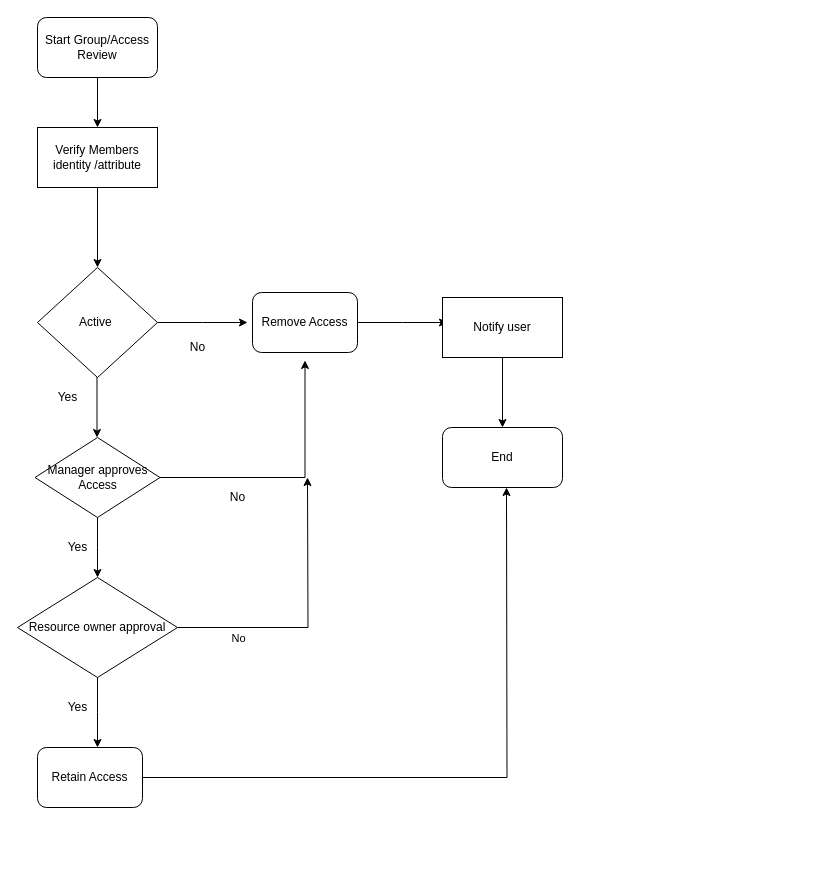
The draw.io diagram Untitled Diagram.drawio in EswariSabapathy/EswariSabapathy, before the edit. Source tidied: cells renumbered, new cells numbered last; positions are measured from the earlier drawing's top-left corner, leaving out a move shared by most shapes. Both pictures are drawn from the tidied source at 100%, with x=0, y=0 at pixel (17, 17).
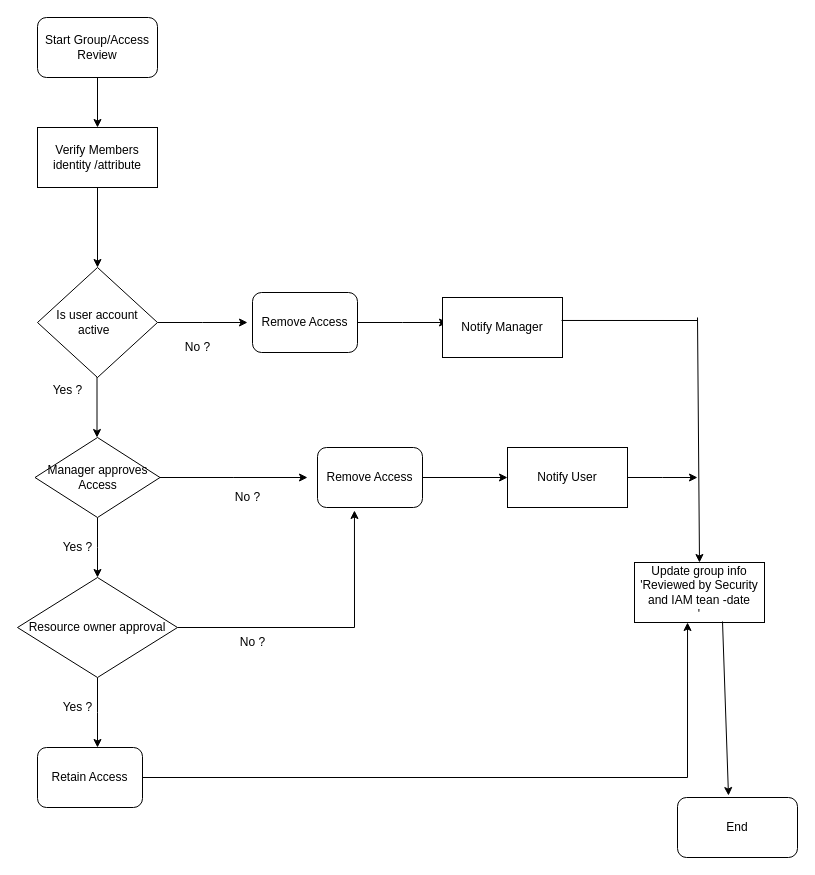
The same page after the edit.

Unchanged cells that the change refers to:
```xml
<mxCell id="11" value="Manager approves Access" style="rhombus;whiteSpace=wrap;html=1;" parent="1" vertex="1">
  <mxGeometry x="17.5" y="420" width="125" height="80" as="geometry" />
</mxCell>
<mxCell id="14" value="Remove Access" style="rounded=1;whiteSpace=wrap;html=1;" parent="1" vertex="1">
  <mxGeometry x="235" y="275" width="105" height="60" as="geometry" />
</mxCell>
<mxCell id="19" value="Resource owner approval" style="rhombus;whiteSpace=wrap;html=1;" parent="1" vertex="1">
  <mxGeometry y="560" width="160" height="100" as="geometry" />
</mxCell>
```

What changed in the source:
```diff
@@
-    <mxCell id="7" value="Active&amp;nbsp;" style="rhombus;whiteSpace=wrap;html=1;" parent="1" vertex="1">
+    <mxCell id="7" value="Is user account active&amp;nbsp;&amp;nbsp;" style="rhombus;whiteSpace=wrap;html=1;" parent="1" vertex="1">
       <mxGeometry x="20" y="250" width="120" height="110" as="geometry" />
     </mxCell>
@@
-    <mxCell id="10" style="edgeStyle=orthogonalEdgeStyle;rounded=0;jettySize=auto;html=1;exitX=1;exitY=0.5;exitDx=0;exitDy=0;entryX=0.5;entryY=1.133;entryDx=0;entryDy=0;entryPerimeter=0;" parent="1" edge="1" source="11" target="14">
-      <mxGeometry relative="1" as="geometry" />
+    <mxCell id="10" style="edgeStyle=orthogonalEdgeStyle;rounded=0;jettySize=auto;html=1;exitX=1;exitY=0.5;exitDx=0;exitDy=0;" parent="1" edge="1" source="11">
+      <mxGeometry relative="1" as="geometry">
+        <mxPoint x="290" y="460" as="targetPoint" />
+      </mxGeometry>
     </mxCell>
@@
-    <mxCell id="12" value="No" style="text;html=1;align=center;verticalAlign=middle;strokeColor=none;fillColor=none;" parent="1" vertex="1">
-      <mxGeometry x="165" y="320" width="30" height="20" as="geometry" />
+    <mxCell id="12" value="No ?&lt;br&gt;" style="text;html=1;align=center;verticalAlign=middle;strokeColor=none;fillColor=none;" parent="1" vertex="1">
+      <mxGeometry x="155" y="315" width="50" height="30" as="geometry" />
     </mxCell>
@@
-    <mxCell id="15" value="Yes" style="text;html=1;align=center;verticalAlign=middle;strokeColor=none;fillColor=none;" parent="1" vertex="1">
-      <mxGeometry x="40" y="520" width="40" height="20" as="geometry" />
+    <mxCell id="15" value="Yes ?&lt;br&gt;" style="text;html=1;align=center;verticalAlign=middle;strokeColor=none;fillColor=none;" parent="1" vertex="1">
+      <mxGeometry x="35" y="515" width="50" height="30" as="geometry" />
     </mxCell>
@@
-    <mxCell id="17" style="edgeStyle=orthogonalEdgeStyle;rounded=0;jettySize=auto;html=1;exitX=1;exitY=0.5;exitDx=0;exitDy=0;" parent="1" edge="1" source="19">
-      <mxGeometry relative="1" as="geometry">
-        <mxPoint x="290" y="460" as="targetPoint" />
-      </mxGeometry>
+    <mxCell id="17" style="edgeStyle=orthogonalEdgeStyle;rounded=0;jettySize=auto;html=1;exitX=1;exitY=0.5;exitDx=0;exitDy=0;entryX=0.352;entryY=1.05;entryDx=0;entryDy=0;entryPerimeter=0;" parent="1" edge="1" source="19" target="28">
+      <mxGeometry relative="1" as="geometry" />
     </mxCell>
-    <mxCell id="18" value="No" style="edgeLabel;html=1;align=center;verticalAlign=middle;" parent="17" vertex="1">
-      <mxGeometry x="-0.7" y="-1" relative="1" as="geometry">
-        <mxPoint x="18" y="9" as="offset" />
-      </mxGeometry>
-    </mxCell>
@@
-    <mxCell id="20" value="No" style="text;html=1;align=center;verticalAlign=middle;strokeColor=none;fillColor=none;" parent="1" vertex="1">
-      <mxGeometry x="205" y="470" width="30" height="20" as="geometry" />
+    <mxCell id="20" style="text;html=1;align=center;verticalAlign=middle;strokeColor=none;fillColor=none;" parent="1" vertex="1">
+      <mxGeometry x="210" y="465" width="20" height="30" as="geometry" />
     </mxCell>
-    <mxCell id="21" value="Yes" style="text;html=1;align=center;verticalAlign=middle;strokeColor=none;fillColor=none;" parent="1" vertex="1">
-      <mxGeometry x="40" y="680" width="40" height="20" as="geometry" />
+    <mxCell id="21" value="Yes ?&lt;br&gt;" style="text;html=1;align=center;verticalAlign=middle;strokeColor=none;fillColor=none;" parent="1" vertex="1">
+      <mxGeometry x="35" y="675" width="50" height="30" as="geometry" />
     </mxCell>
-    <mxCell id="22" value="Yes" style="text;html=1;align=center;verticalAlign=middle;strokeColor=none;fillColor=none;" parent="1" vertex="1">
-      <mxGeometry x="30" y="370" width="40" height="20" as="geometry" />
+    <mxCell id="22" value="Yes ?&lt;br&gt;&lt;br&gt;" style="text;html=1;align=center;verticalAlign=middle;strokeColor=none;fillColor=none;" parent="1" vertex="1">
+      <mxGeometry x="25" y="360" width="50" height="40" as="geometry" />
     </mxCell>
-    <mxCell id="23" style="edgeStyle=orthogonalEdgeStyle;rounded=0;jettySize=auto;html=1;exitX=0.5;exitY=1;exitDx=0;exitDy=0;entryX=0.5;entryY=0;entryDx=0;entryDy=0;" parent="1" edge="1" source="24" target="25">
-      <mxGeometry relative="1" as="geometry" />
-    </mxCell>
-    <mxCell id="24" value="Notify user" style="rounded=0;whiteSpace=wrap;html=1;" parent="1" vertex="1">
+    <mxCell id="24" value="Notify Manager&lt;br&gt;" style="rounded=0;whiteSpace=wrap;html=1;" parent="1" vertex="1">
       <mxGeometry x="425" y="280" width="120" height="60" as="geometry" />
     </mxCell>
+    <mxCell id="27" value="Retain Access" style="rounded=1;whiteSpace=wrap;html=1;" parent="1" vertex="1">
+      <mxGeometry x="20" y="730" width="105" height="60" as="geometry" />
+    </mxCell>
+    <mxCell id="28" value="Remove Access" style="rounded=1;whiteSpace=wrap;html=1;" parent="1" vertex="1">
+      <mxGeometry x="300" y="430" width="105" height="60" as="geometry" />
+    </mxCell>
+    <mxCell id="29" style="endArrow=classic;html=1;rounded=0;exitX=1;exitY=0.5;exitDx=0;exitDy=0;entryX=0;entryY=0.5;entryDx=0;entryDy=0;" parent="1" edge="1" source="28" target="31">
+      <mxGeometry relative="1" as="geometry" />
+    </mxCell>
+    <mxCell id="30" style="edgeStyle=orthogonalEdgeStyle;rounded=0;jettySize=auto;html=1;exitX=1;exitY=0.5;exitDx=0;exitDy=0;" parent="1" edge="1" source="31">
+      <mxGeometry relative="1" as="geometry">
+        <mxPoint x="680" y="460" as="targetPoint" />
+      </mxGeometry>
+    </mxCell>
+    <mxCell id="31" value="Notify User" style="rounded=0;whiteSpace=wrap;html=1;" parent="1" vertex="1">
+      <mxGeometry x="490" y="430" width="120" height="60" as="geometry" />
+    </mxCell>
+    <mxCell id="32" style="endArrow=classic;html=1;rounded=0;entryX=0.408;entryY=1;entryDx=0;entryDy=0;entryPerimeter=0;" parent="1" edge="1" target="35">
+      <mxGeometry relative="1" as="geometry">
+        <mxPoint x="500" y="760" as="sourcePoint" />
+        <Array as="points">
+          <mxPoint x="490" y="760" />
+          <mxPoint x="670" y="760" />
+        </Array>
+      </mxGeometry>
+    </mxCell>
+    <mxCell id="33" value="No ?&lt;br&gt;" style="text;html=1;align=center;verticalAlign=middle;strokeColor=none;fillColor=none;" parent="1" vertex="1">
+      <mxGeometry x="205" y="465" width="50" height="30" as="geometry" />
+    </mxCell>
+    <mxCell id="34" value="No ?&lt;br&gt;" style="text;html=1;align=center;verticalAlign=middle;strokeColor=none;fillColor=none;" parent="1" vertex="1">
+      <mxGeometry x="210" y="610" width="50" height="30" as="geometry" />
+    </mxCell>
+    <mxCell id="35" value="Update group info 'Reviewed by Security and IAM tean -date&lt;br&gt;'" style="rounded=0;whiteSpace=wrap;html=1;" parent="1" vertex="1">
+      <mxGeometry x="617" y="545" width="130" height="60" as="geometry" />
+    </mxCell>
+    <mxCell id="36" style="endArrow=classic;html=1;rounded=0;entryX=0.5;entryY=0;entryDx=0;entryDy=0;" parent="1" edge="1" target="35">
+      <mxGeometry relative="1" as="geometry">
+        <mxPoint x="680" y="300" as="sourcePoint" />
+      </mxGeometry>
+    </mxCell>
+    <mxCell id="37" style="endArrow=none;html=1;rounded=0;exitX=0.992;exitY=0.383;exitDx=0;exitDy=0;exitPerimeter=0;" parent="1" edge="1" source="24">
+      <mxGeometry relative="1" as="geometry">
+        <mxPoint x="680" y="303" as="targetPoint" />
+      </mxGeometry>
+    </mxCell>
+    <mxCell id="38" style="endArrow=none;html=1;rounded=0;exitX=1;exitY=0.5;exitDx=0;exitDy=0;" parent="1" edge="1" source="27">
+      <mxGeometry relative="1" as="geometry">
+        <mxPoint x="497" y="760" as="targetPoint" />
+      </mxGeometry>
+    </mxCell>
+    <mxCell id="39" style="endArrow=classic;html=1;rounded=0;exitX=0.677;exitY=0.983;exitDx=0;exitDy=0;exitPerimeter=0;entryX=0.425;entryY=-0.033;entryDx=0;entryDy=0;entryPerimeter=0;" parent="1" edge="1" source="35" target="25">
+      <mxGeometry relative="1" as="geometry" />
+    </mxCell>
     <mxCell id="25" value="End" style="rounded=1;whiteSpace=wrap;html=1;" parent="1" vertex="1">
-      <mxGeometry x="425" y="410" width="120" height="60" as="geometry" />
+      <mxGeometry x="660" y="780" width="120" height="60" as="geometry" />
     </mxCell>
-    <mxCell id="26" style="edgeStyle=orthogonalEdgeStyle;rounded=0;jettySize=auto;html=1;exitX=1;exitY=0.5;exitDx=0;exitDy=0;" parent="1" edge="1" source="27">
-      <mxGeometry relative="1" as="geometry">
-        <mxPoint x="489" y="470" as="targetPoint" />
-      </mxGeometry>
-    </mxCell>
-    <mxCell id="27" value="Retain Access" style="rounded=1;whiteSpace=wrap;html=1;" parent="1" vertex="1">
-      <mxGeometry x="20" y="730" width="105" height="60" as="geometry" />
-    </mxCell>
```
